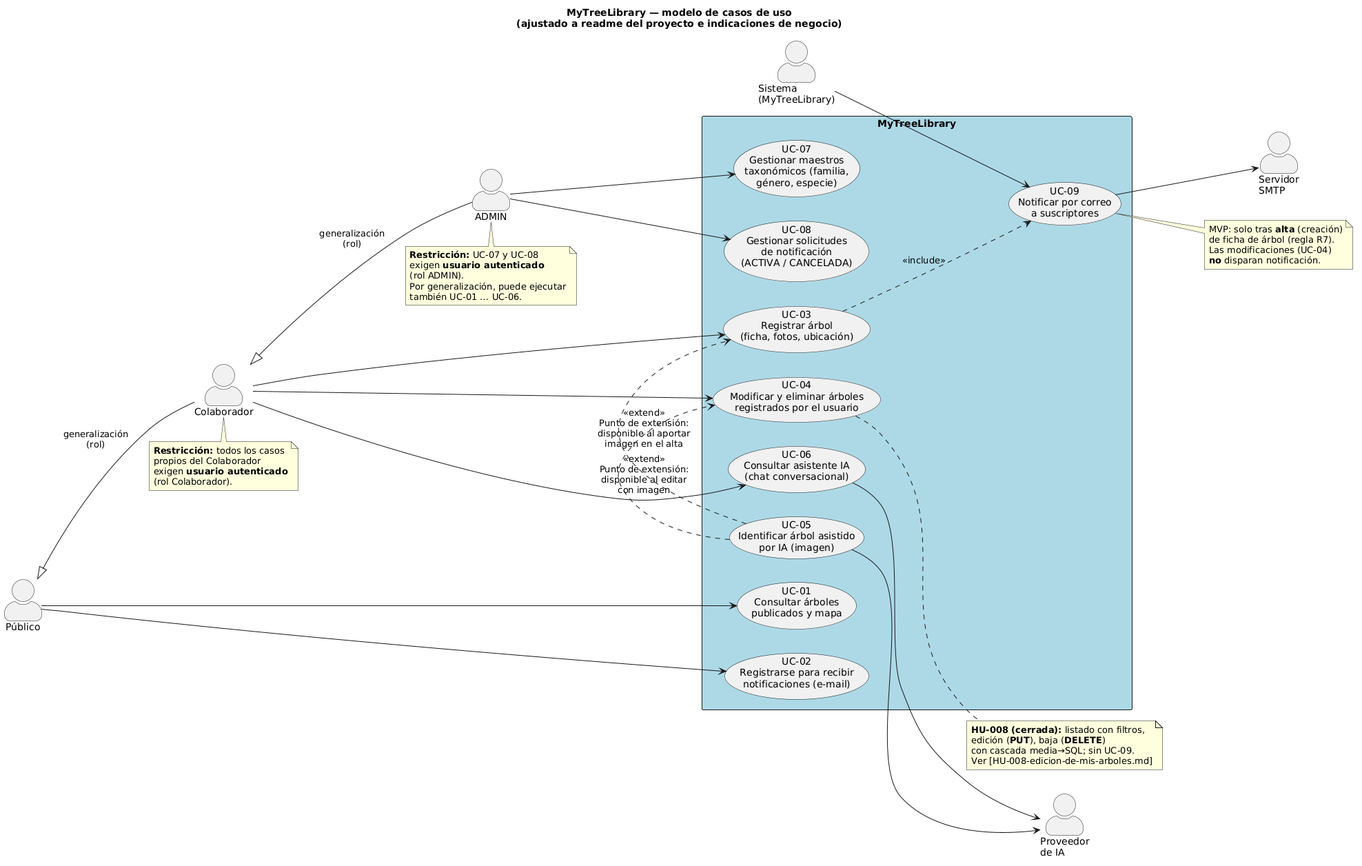
ldefrutos1/AI4Devs-finalproject keeps this PlantUML diagram as docs/use-cases/use-case-model.png. Above is the earlier version. The source it was exported from:
```plantuml
@startuml
title MyTreeLibrary — modelo de casos de uso\n(ajustado a readme del proyecto e indicaciones de negocio)

skinparam packageStyle rectangle
skinparam actorStyle awesome
left to right direction

actor "Público" as Publico
actor "Colaborador" as Colaborador
actor "ADMIN" as Admin
actor "Sistema\n(MyTreeLibrary)" as Sistema
actor "Proveedor\nde IA" as ProvIA
actor "Servidor\nSMTP" as SMTP

Publico <|-- Colaborador : generalización\n(rol)
Colaborador <|-- Admin : generalización\n(rol)

rectangle "MyTreeLibrary" #LightBlue {
  usecase "UC-01\nConsultar árboles\npublicados y mapa" as UC1
  usecase "UC-02\nRegistrarse para recibir\nnotificaciones (e-mail)" as UC2

  usecase "UC-03\nRegistrar árbol\n(ficha, fotos, ubicación)" as UC3
  usecase "UC-04\nModificar y eliminar árboles\nregistrados por el usuario" as UC4
  usecase "UC-05\nIdentificar árbol asistido\npor IA (imagen)" as UC5

  usecase "UC-06\nConsultar asistente IA\n(chat conversacional)" as UC6

  usecase "UC-07\nGestionar maestros\ntaxonómicos (familia,\ngénero, especie)" as UC7
  usecase "UC-08\nGestionar solicitudes\nde notificación\n(ACTIVA / CANCELADA)" as UC8

  usecase "UC-09\nNotificar por correo\na suscriptores" as UC9
}

Publico --> UC1
Publico --> UC2

Colaborador --> UC3
Colaborador --> UC4
Colaborador --> UC6

UC5 .> UC3 : <<extend>>\nPunto de extensión:\ndisponible al aportar\nimagen en el alta
UC5 .> UC4 : <<extend>>\nPunto de extensión:\ndisponible al editar\ncon imagen

note right of UC4
  **HU-008 (cerrada):** listado con filtros,
  edición (**PUT**), baja (**DELETE**)
  con cascada media→SQL; sin UC-09.
  Ver [HU-008-edicion-de-mis-arboles.md]
end note

Admin --> UC7
Admin --> UC8

note bottom of Colaborador
  **Restricción:** todos los casos
  propios del Colaborador
  exigen **usuario autenticado**
  (rol Colaborador).
end note

note bottom of Admin
  **Restricción:** UC-07 y UC-08
  exigen **usuario autenticado**
  (rol ADMIN).
  Por generalización, puede ejecutar
  también UC-01 … UC-06.
end note

Sistema --> UC9
UC3 ..> UC9 : <<include>>

note right of UC9
  MVP: solo tras **alta** (creación)
  de ficha de árbol (regla R7).
  Las modificaciones (UC-04)
  **no** disparan notificación.
end note

UC9 --> SMTP

UC5 --> ProvIA
UC6 --> ProvIA
@enduml
```
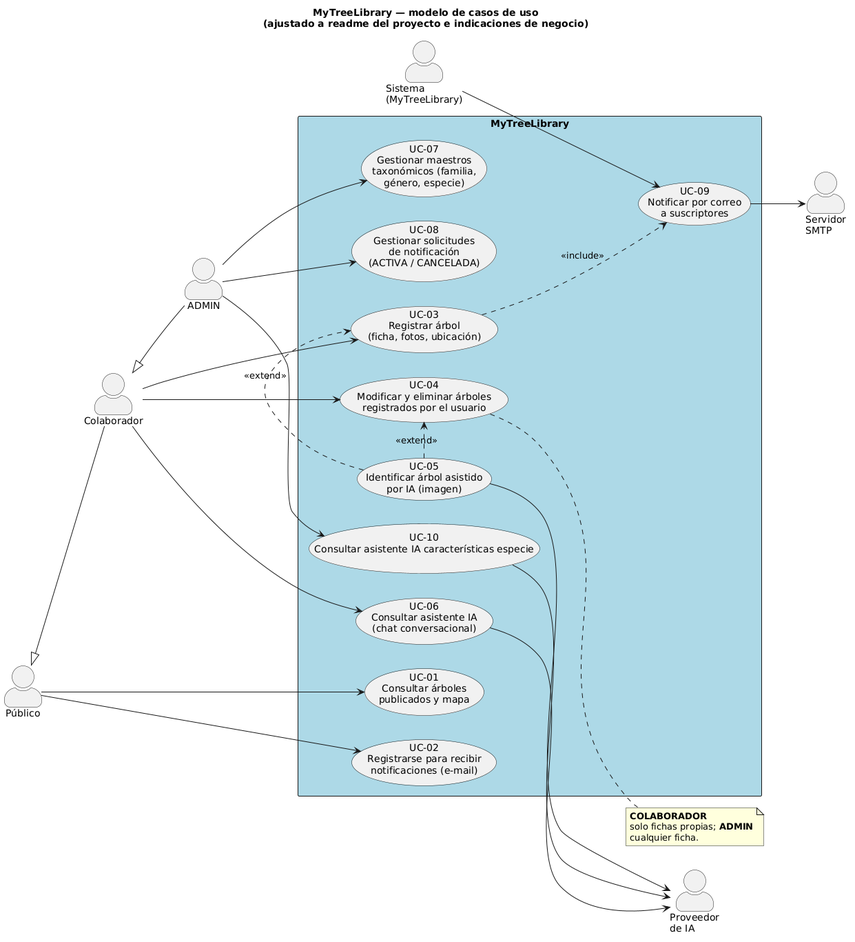
The same diagram one commit later.

Diff of the diagram source:
```diff
@@ -12,8 +12,8 @@
 actor "Proveedor\nde IA" as ProvIA
 actor "Servidor\nSMTP" as SMTP
 
-Publico <|-- Colaborador : generalización\n(rol)
-Colaborador <|-- Admin : generalización\n(rol)
+Publico <|-- Colaborador
+Colaborador <|-- Admin
 
 rectangle "MyTreeLibrary" #LightBlue {
   usecase "UC-01\nConsultar árboles\npublicados y mapa" as UC1
@@ -29,6 +29,8 @@
   usecase "UC-08\nGestionar solicitudes\nde notificación\n(ACTIVA / CANCELADA)" as UC8
 
   usecase "UC-09\nNotificar por correo\na suscriptores" as UC9
+
+  usecase "UC-10\nConsultar asistente IA características especie" as UC10
 }
 
 Publico --> UC1
@@ -38,46 +40,26 @@
 Colaborador --> UC4
 Colaborador --> UC6
 
-UC5 .> UC3 : <<extend>>\nPunto de extensión:\ndisponible al aportar\nimagen en el alta
-UC5 .> UC4 : <<extend>>\nPunto de extensión:\ndisponible al editar\ncon imagen
+UC5 .> UC3 : <<extend>>
+UC5 .> UC4 : <<extend>>
 
 note right of UC4
-  **HU-008 (cerrada):** listado con filtros,
-  edición (**PUT**), baja (**DELETE**)
-  con cascada media→SQL; sin UC-09.
-  Ver [HU-008-edicion-de-mis-arboles.md]
+  **COLABORADOR**
+  solo fichas propias; **ADMIN**
+  cualquier ficha.
 end note
 
 Admin --> UC7
 Admin --> UC8
+Admin --> UC10
 
-note bottom of Colaborador
-  **Restricción:** todos los casos
-  propios del Colaborador
-  exigen **usuario autenticado**
-  (rol Colaborador).
-end note
-
-note bottom of Admin
-  **Restricción:** UC-07 y UC-08
-  exigen **usuario autenticado**
-  (rol ADMIN).
-  Por generalización, puede ejecutar
-  también UC-01 … UC-06.
-end note
 
 Sistema --> UC9
 UC3 ..> UC9 : <<include>>
-
-note right of UC9
-  MVP: solo tras **alta** (creación)
-  de ficha de árbol (regla R7).
-  Las modificaciones (UC-04)
-  **no** disparan notificación.
-end note
 
 UC9 --> SMTP
 
 UC5 --> ProvIA
 UC6 --> ProvIA
+UC10 --> ProvIA
 @enduml
```
